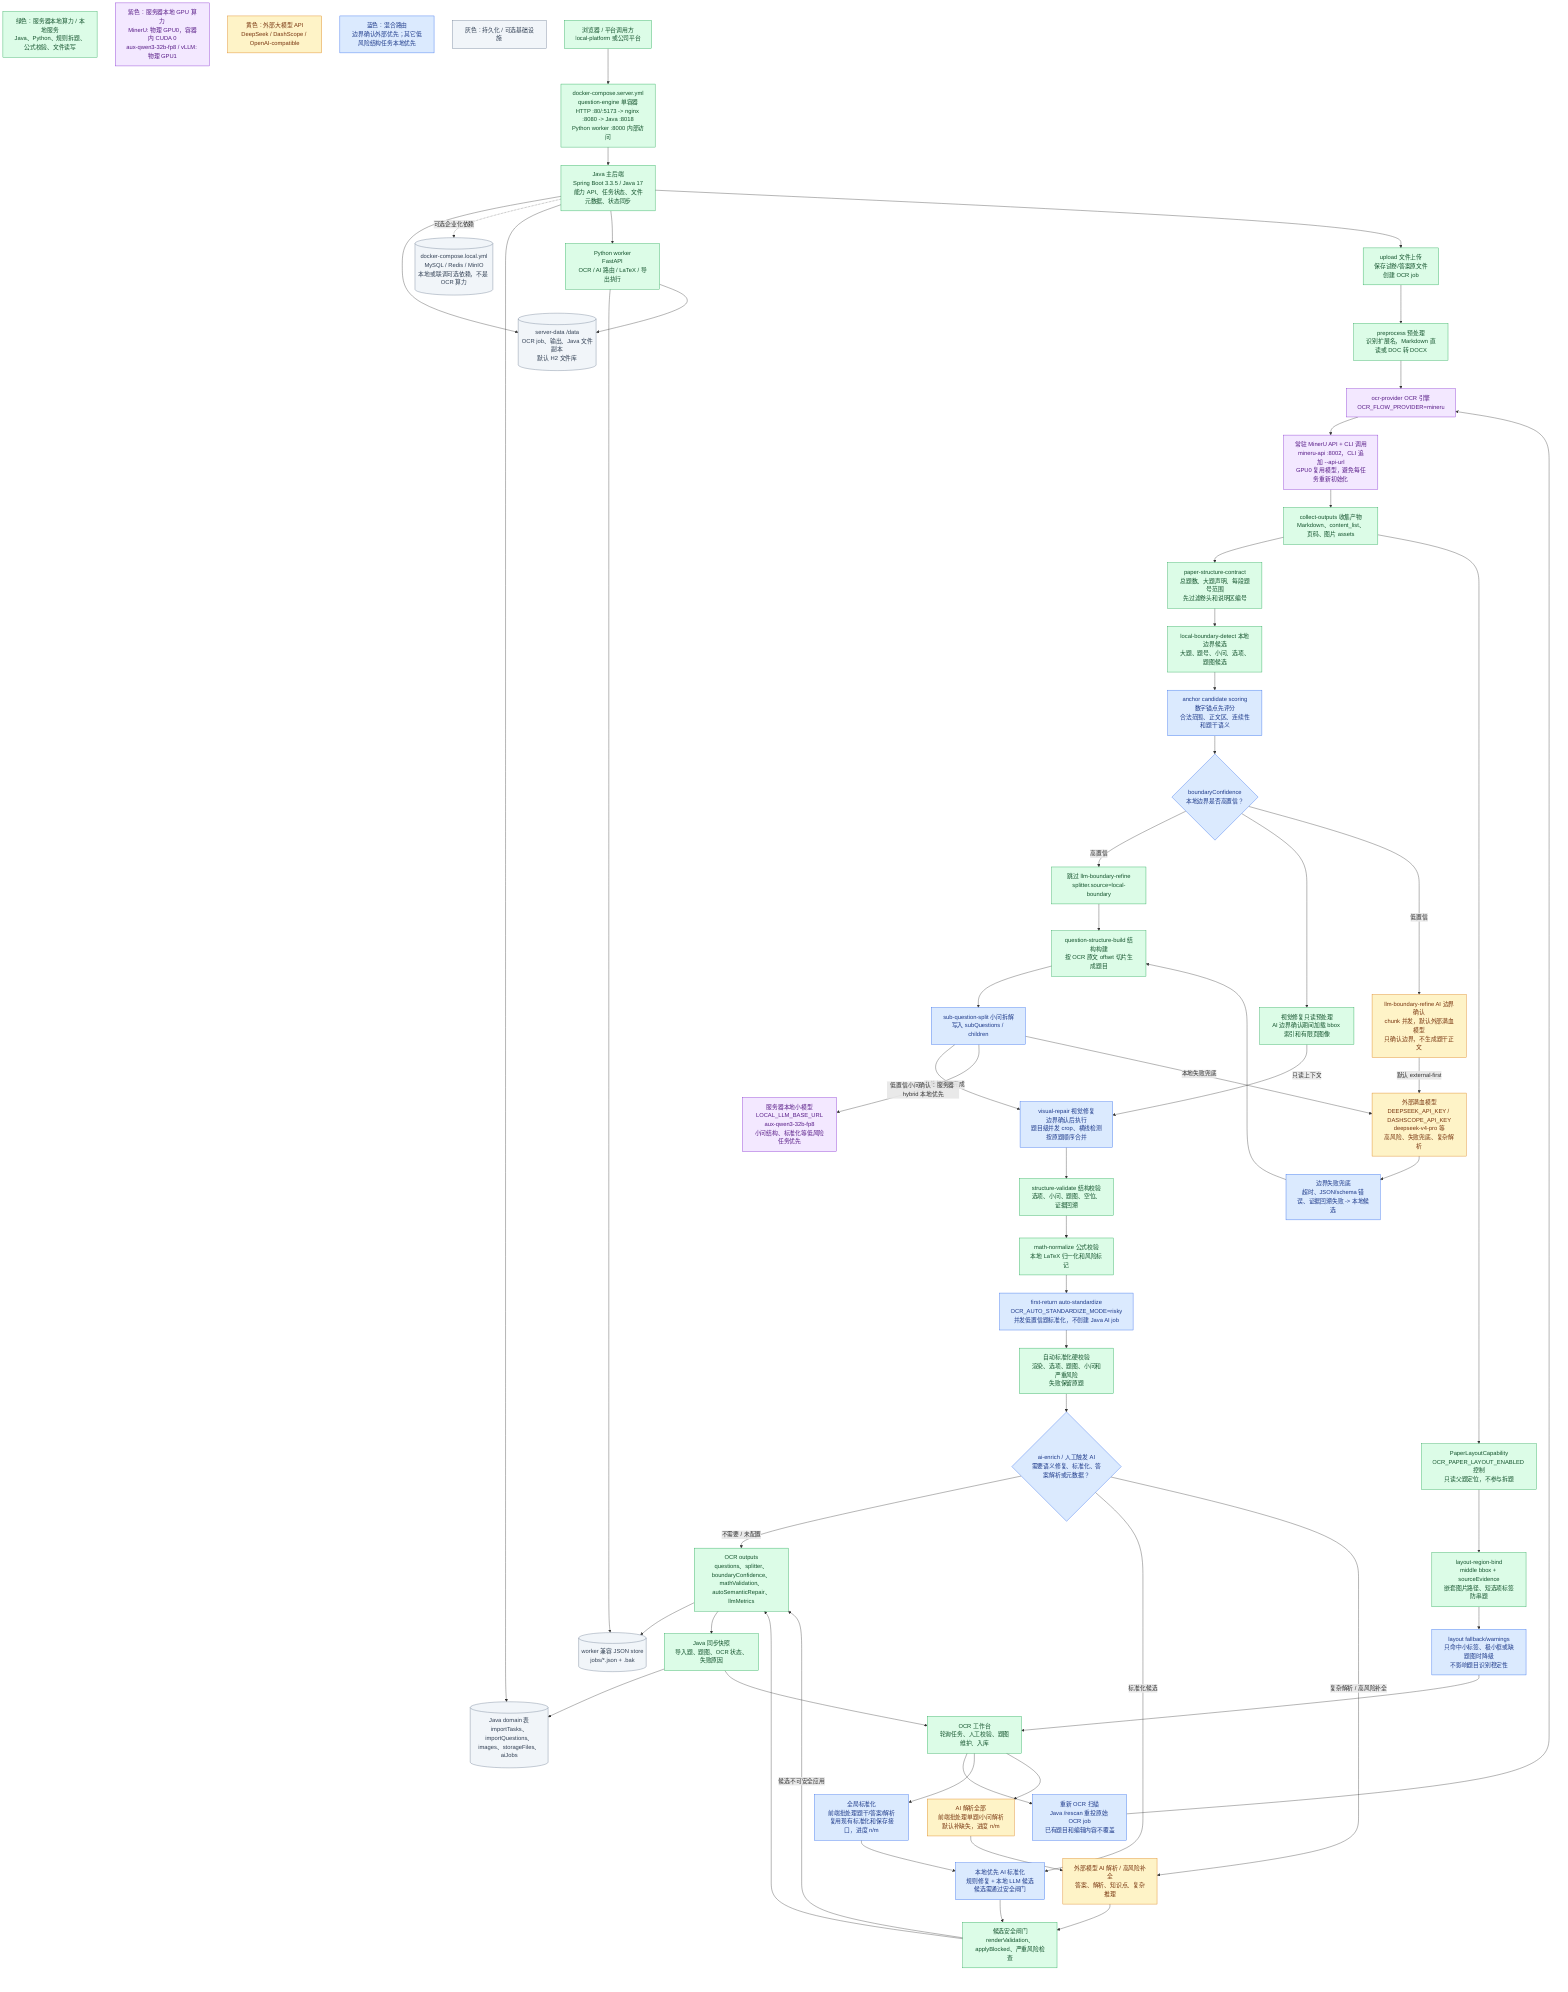
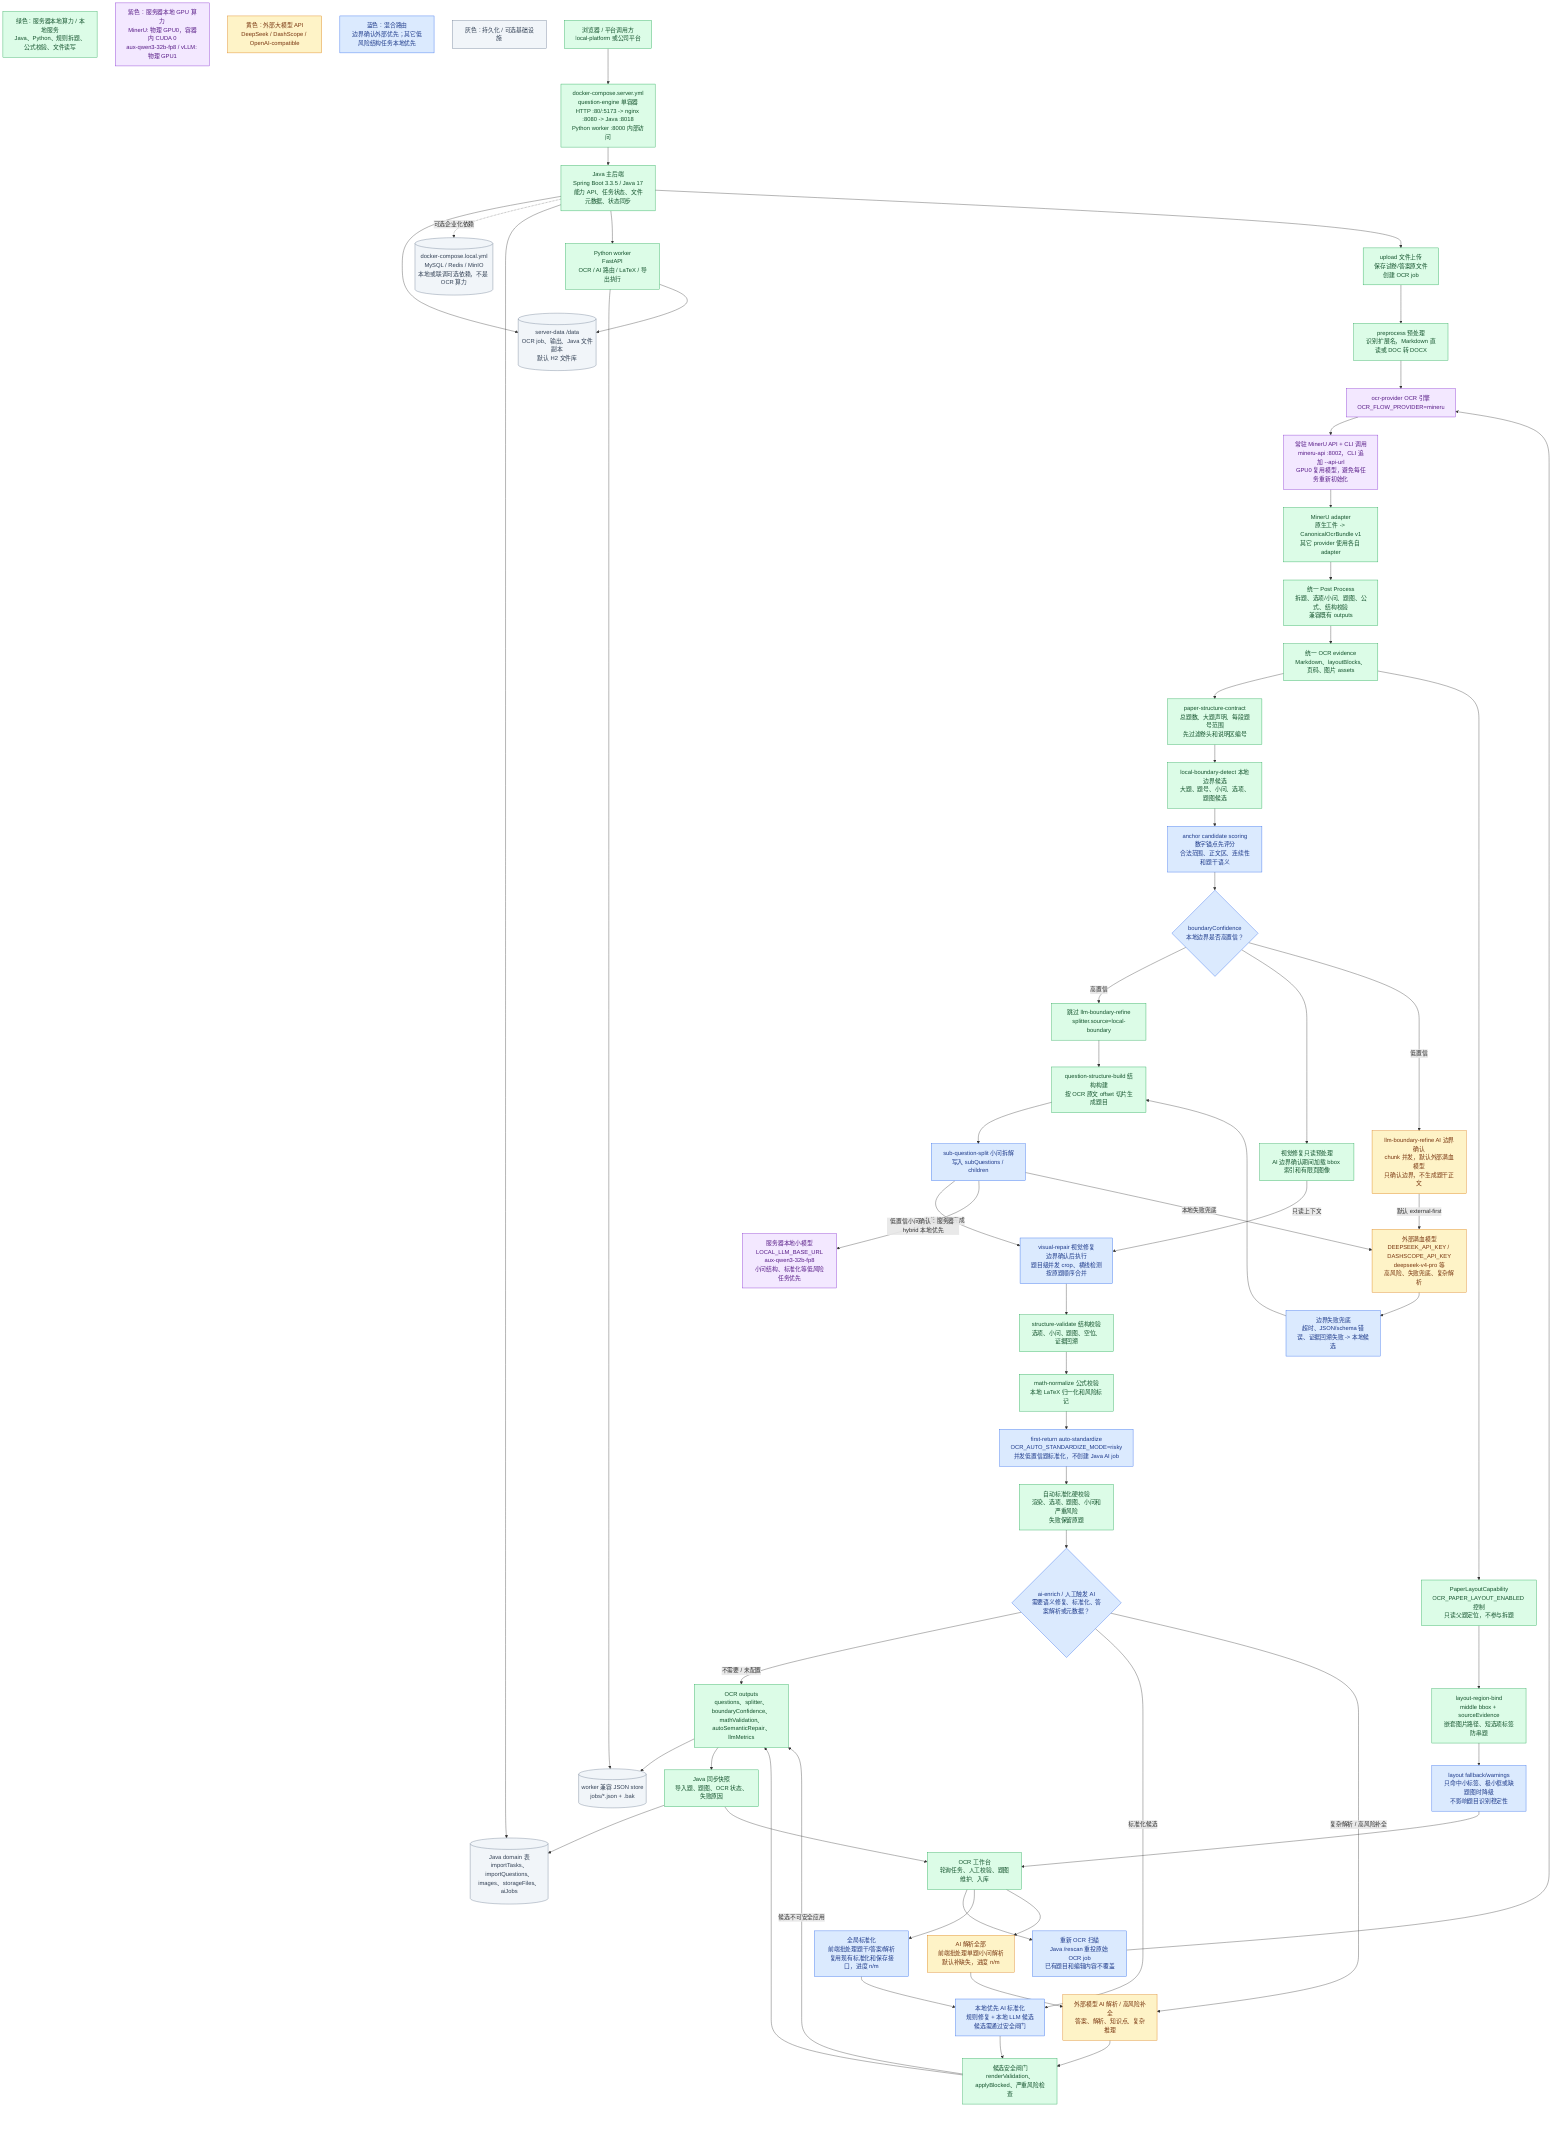
- %% Version: 2026-07-10 / server deployment v16
+ %% Version: 2026-07-15 / server deployment / CanonicalOcrBundle v1
%% Status: current-support
%% Scope: server deployment OCR/AI compute boundary, GPU assignment, MinerU API, first-return auto standardization, layout overlay isolation, global standardization, and public demo runtime.
flowchart TD
  LegendLocal["绿色：服务器本地算力 / 本地服务<br/>Java、Python、规则拆题、公式校验、文件读写"]:::local
  LegendGpu["紫色：服务器本地 GPU 算力<br/>MinerU: 物理 GPU0，容器内 CUDA 0<br/>aux-qwen3-32b-fp8 / vLLM: 物理 GPU1"]:::gpu
  LegendExternal["黄色：外部大模型 API<br/>DeepSeek / DashScope / OpenAI-compatible"]:::external
  LegendHybrid["蓝色：混合路由<br/>边界确认外部优先；其它低风险结构任务本地优先"]:::hybrid
  LegendStore["灰色：持久化 / 可选基础设施"]:::store

  Client["浏览器 / 平台调用方<br/>local-platform 或公司平台"]:::local
  ServerCompose["docker-compose.server.yml<br/>question-engine 单容器<br/>HTTP :80/:5173 -> nginx :8080 -> Java :8018<br/>Python worker :8000 内部访问"]:::local
  Java["Java 主后端<br/>Spring Boot 3.3.5 / Java 17<br/>能力 API、任务状态、文件元数据、状态同步"]:::local
  Worker["Python worker<br/>FastAPI<br/>OCR / AI 路由 / LaTeX / 导出执行"]:::local

  ServerData[("server-data /data<br/>OCR job、输出、Java 文件副本<br/>默认 H2 文件库")]:::store
  OptionalDeps[("docker-compose.local.yml<br/>MySQL / Redis / MinIO<br/>本地或联调可选依赖，不是 OCR 算力")]:::store
  JavaTables[("Java domain 表<br/>importTasks、importQuestions、images、storageFiles、aiJobs")]:::store
  WorkerStore[("worker 兼容 JSON store<br/>jobs/*.json + .bak")]:::store

  Upload["upload 文件上传<br/>保存试卷/答案原文件<br/>创建 OCR job"]:::local
  Preprocess["preprocess 预处理<br/>识别扩展名，Markdown 直读或 DOC 转 DOCX"]:::local
  OcrProvider["ocr-provider OCR 引擎<br/>OCR_FLOW_PROVIDER=mineru"]:::gpu
  MinerU["常驻 MinerU API + CLI 调用<br/>mineru-api :8002，CLI 追加 --api-url<br/>GPU0 复用模型，避免每任务重新初始化"]:::gpu
-   Collect["collect-outputs 收集产物<br/>Markdown、content_list、页码、图片 assets"]:::local
+   ProviderAdapter["MinerU adapter<br/>原生工件 -> CanonicalOcrBundle v1<br/>其它 provider 使用各自 adapter"]:::local
+   PostProcess["统一 Post Process<br/>拆题、选项/小问、题图、公式、结构校验<br/>兼容既有 outputs"]:::local
+   Collect["统一 OCR evidence<br/>Markdown、layoutBlocks、页码、图片 assets"]:::local
  StructureContract["paper-structure-contract<br/>总题数、大题声明、每段题号范围<br/>先过滤卷头和说明区编号"]:::local
  LocalBoundary["local-boundary-detect 本地边界候选<br/>大题、题号、小问、选项、题图候选"]:::local
  AnchorScore["anchor candidate scoring<br/>数字锚点先评分<br/>合法范围、正文区、连续性和题干语义"]:::hybrid
  Confidence{"boundaryConfidence<br/>本地边界是否高置信？"}:::hybrid
  SkipBoundaryLlm["跳过 llm-boundary-refine<br/>splitter.source=local-boundary"]:::local

  VisualRepairPreload["视觉修复只读预处理<br/>AI 边界确认期间加载 bbox 索引和有限页图像"]:::local
  BoundaryRoute["llm-boundary-refine AI 边界确认<br/>chunk 并发，默认外部满血模型<br/>只确认边界，不生成题干正文"]:::external
  LocalLLM["服务器本地小模型<br/>LOCAL_LLM_BASE_URL<br/>aux-qwen3-32b-fp8<br/>小问结构、标准化等低风险任务优先"]:::gpu
  ExternalLLM["外部满血模型<br/>DEEPSEEK_API_KEY / DASHSCOPE_API_KEY<br/>deepseek-v4-pro 等<br/>高风险、失败兜底、复杂解析"]:::external
  BoundaryFallback["边界失败兜底<br/>超时、JSON/schema 错误、证据回溯失败 -> 本地候选"]:::hybrid

  BuildStructure["question-structure-build 结构构建<br/>按 OCR 原文 offset 切片生成题目"]:::local
  SubQuestion["sub-question-split 小问拆解<br/>写入 subQuestions / children"]:::hybrid
  VisualRepair["visual-repair 视觉修复<br/>边界确认后执行<br/>题目级并发 crop、横线检测<br/>按原题顺序合并"]:::hybrid
  StructureValidate["structure-validate 结构校验<br/>选项、小问、题图、空位、证据回溯"]:::local
  MathNormalize["math-normalize 公式校验<br/>本地 LaTeX 归一化和风险标记"]:::local
  AutoStandardize["first-return auto-standardize<br/>OCR_AUTO_STANDARDIZE_MODE=risky<br/>并发低置信题标准化，不创建 Java AI job"]:::hybrid
  AutoStandardizeGate["自动标准化硬校验<br/>渲染、选项、题图、小问和严重风险<br/>失败保留原题"]:::local

  AiEnrichDecision{"ai-enrich / 人工触发 AI<br/>需要语义修复、标准化、答案解析或元数据？"}:::hybrid
  LocalStandardize["本地优先 AI 标准化<br/>规则修复 + 本地 LLM 候选<br/>候选需通过安全闸门"]:::hybrid
  ExternalAnalysis["外部模型 AI 解析 / 高风险补全<br/>答案、解析、知识点、复杂推理"]:::external
  AiGate["候选安全闸门<br/>renderValidation、applyBlocked、严重风险检查"]:::local

  Outputs["OCR outputs<br/>questions、splitter、boundaryConfidence、mathValidation、autoSemanticRepair、llmMetrics"]:::local
  JavaSync["Java 同步快照<br/>导入题、题图、OCR 状态、失败原因"]:::local
  PaperLayout["PaperLayoutCapability<br/>OCR_PAPER_LAYOUT_ENABLED 控制<br/>只读父题定位，不参与拆题"]:::local
  LayoutBind["layout-region-bind<br/>middle bbox + sourceEvidence<br/>嵌套图片路径、短选项标签防串题"]:::local
  LayoutFallback["layout fallback/warnings<br/>只命中小标签、极小框或缺题图时降级<br/>不影响题目识别稳定性"]:::hybrid
  Workbench["OCR 工作台<br/>轮询任务、人工校验、题图维护、入库"]:::local
  Rescan["重新 OCR 扫描<br/>Java /rescan 重投原始 OCR job<br/>已有题目和编辑内容不覆盖"]:::hybrid
  BatchStandardize["全局标准化<br/>前端批处理题干/答案/解析<br/>复用现有标准化和保存接口，进度 n/m"]:::hybrid
  BatchAnalysis["AI 解析全部<br/>前端批处理单题/小问解析<br/>默认补缺失，进度 n/m"]:::external

  Client --> ServerCompose --> Java
  Java --> ServerData
  Java -. 可选企业化依赖 .-> OptionalDeps
  Java --> JavaTables
  Java --> Worker
  Worker --> WorkerStore
  Worker --> ServerData

-   Java --> Upload --> Preprocess --> OcrProvider --> MinerU --> Collect
+   Java --> Upload --> Preprocess --> OcrProvider --> MinerU --> ProviderAdapter --> PostProcess --> Collect
  Collect --> StructureContract --> LocalBoundary --> AnchorScore --> Confidence
  Confidence -- 高置信 --> SkipBoundaryLlm --> BuildStructure
  Confidence --> VisualRepairPreload
  Confidence -- 低置信 --> BoundaryRoute
  BoundaryRoute -- "默认 external-first" --> ExternalLLM --> BoundaryFallback
  BoundaryFallback --> BuildStructure

  BuildStructure --> SubQuestion
  SubQuestion -- "本地规则可完成" --> VisualRepair
  VisualRepairPreload -- "只读上下文" --> VisualRepair
  SubQuestion -- "低置信小问确认：服务器 hybrid 本地优先" --> LocalLLM
  SubQuestion -- "本地失败兜底" --> ExternalLLM
  VisualRepair --> StructureValidate --> MathNormalize --> AutoStandardize --> AutoStandardizeGate --> AiEnrichDecision

  AiEnrichDecision -- "不需要 / 未配置" --> Outputs
  AiEnrichDecision -- "标准化候选" --> LocalStandardize --> AiGate --> Outputs
  AiEnrichDecision -- "复杂解析 / 高风险补全" --> ExternalAnalysis --> AiGate
  AiGate -- "候选不可安全应用" --> Outputs
  Outputs --> WorkerStore
  Outputs --> JavaSync --> JavaTables
  Collect --> PaperLayout --> LayoutBind --> LayoutFallback --> Workbench
  JavaSync --> Workbench
  Workbench --> Rescan --> OcrProvider
  Workbench --> BatchStandardize --> LocalStandardize
  Workbench --> BatchAnalysis --> ExternalAnalysis

  classDef local fill:#dcfce7,stroke:#16a34a,color:#14532d,stroke-width:1px;
  classDef gpu fill:#f3e8ff,stroke:#7e22ce,color:#581c87,stroke-width:1px;
  classDef external fill:#fef3c7,stroke:#d97706,color:#78350f,stroke-width:1px;
  classDef hybrid fill:#dbeafe,stroke:#2563eb,color:#1e3a8a,stroke-width:1px;
  classDef store fill:#f1f5f9,stroke:#64748b,color:#334155,stroke-width:1px;
